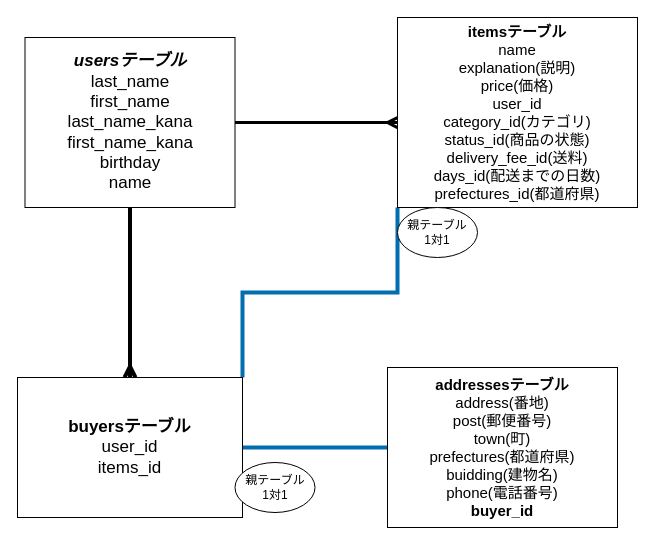
This is db.dio from shintarou37/furima-32099, a draw.io file, before an edit. Source tidied: cells renumbered, new cells numbered last; positions are measured from the earlier drawing's top-left corner, leaving out a move shared by most shapes. Both pictures are drawn from the tidied source at 100%, with x=0, y=0 at pixel (17, 17).
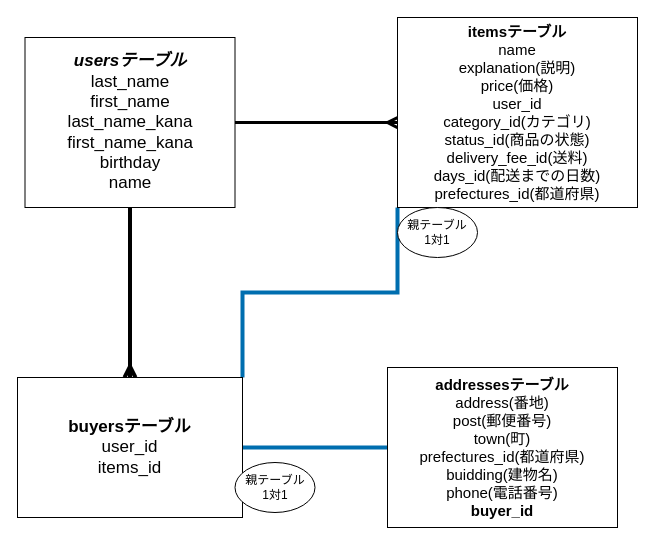
The same diagram, later.

Commit message (it also covers changes not shown here):
DB修正(単数形変更,アソシエーションの追加)

The edit, as a diff of the source:
```diff
@@
 <mxGraphModel>
   <root>
     <mxCell id="0" />
     <mxCell id="1" parent="0" />
     <mxCell id="2" style="edgeStyle=orthogonalEdgeStyle;rounded=0;jettySize=auto;html=1;exitX=0.5;exitY=1;exitDx=0;exitDy=0;endArrow=ERmany;endFill=0;strokeWidth=4;" parent="1" edge="1" source="4" target="8">
       <mxGeometry relative="1" as="geometry" />
     </mxCell>
     <mxCell id="3" style="edgeStyle=orthogonalEdgeStyle;rounded=0;jettySize=auto;html=1;exitX=1;exitY=0.5;exitDx=0;exitDy=0;entryX=0;entryY=0.553;entryDx=0;entryDy=0;entryPerimeter=0;strokeWidth=3;endArrow=ERmany;endFill=0;" parent="1" edge="1" source="4" target="6">
       <mxGeometry relative="1" as="geometry" />
     </mxCell>
     <mxCell id="4" value="&lt;font style=&quot;font-size: 17px&quot;&gt;&lt;b&gt;&lt;i&gt;usersテーブル&lt;/i&gt;&lt;/b&gt;&lt;br&gt;last_name&lt;br&gt;first_name&lt;br&gt;last_name_kana&lt;br&gt;first_name_kana&lt;br&gt;birthday&lt;br&gt;name&lt;br&gt;&lt;/font&gt;" style="whiteSpace=wrap;html=1;" parent="1" vertex="1">
       <mxGeometry x="7.5" y="20" width="210" height="170" as="geometry" />
     </mxCell>
     <mxCell id="5" style="edgeStyle=orthogonalEdgeStyle;rounded=0;jettySize=auto;html=1;exitX=0;exitY=1;exitDx=0;exitDy=0;entryX=1;entryY=0;entryDx=0;entryDy=0;endArrow=none;endFill=0;strokeWidth=4;fillColor=#1ba1e2;strokeColor=#006EAF;" parent="1" edge="1" source="6" target="8">
       <mxGeometry relative="1" as="geometry" />
     </mxCell>
     <mxCell id="6" value="&lt;font style=&quot;font-size: 15px&quot;&gt;&lt;b&gt;itemsテーブル&lt;/b&gt;&lt;br&gt;name&lt;br&gt;explanation(説明)&lt;br&gt;price(価格)&lt;br&gt;user_id&lt;br&gt;category_id(カテゴリ)&lt;br&gt;status_id(商品の状態)&lt;br&gt;delivery_fee_id(送料)&lt;br&gt;days_id(配送までの日数)&lt;br&gt;prefectures_id(都道府県)&lt;/font&gt;" style="whiteSpace=wrap;html=1;" parent="1" vertex="1">
       <mxGeometry x="380" width="240" height="190" as="geometry" />
     </mxCell>
     <mxCell id="7" style="edgeStyle=orthogonalEdgeStyle;rounded=0;jettySize=auto;html=1;exitX=1;exitY=0.5;exitDx=0;exitDy=0;endArrow=none;endFill=0;strokeWidth=4;fillColor=#1ba1e2;strokeColor=#006EAF;" parent="1" edge="1" source="8" target="9">
       <mxGeometry relative="1" as="geometry" />
     </mxCell>
     <mxCell id="8" value="&lt;font style=&quot;font-size: 17px&quot;&gt;&lt;b&gt;buyersテーブル&lt;/b&gt;&lt;br&gt;user_id&lt;br&gt;items_id&lt;/font&gt;" style="whiteSpace=wrap;html=1;rotation=0;" parent="1" vertex="1">
       <mxGeometry y="360" width="225" height="140" as="geometry" />
     </mxCell>
-    <mxCell id="9" value="&lt;font style=&quot;font-size: 15px&quot;&gt;&lt;b&gt;addressesテーブル&lt;/b&gt;&lt;br&gt;address(番地)&lt;br&gt;post(郵便番号)&lt;br&gt;town(町)&lt;br&gt;prefectures(都道府県)&lt;br&gt;buidding(建物名)&lt;br&gt;phone(電話番号)&lt;br&gt;&lt;b&gt;buyer_id&lt;/b&gt;&lt;/font&gt;" style="whiteSpace=wrap;html=1;" parent="1" vertex="1">
+    <mxCell id="9" value="&lt;font style=&quot;font-size: 15px&quot;&gt;&lt;b&gt;addressesテーブル&lt;/b&gt;&lt;br&gt;address(番地)&lt;br&gt;post(郵便番号)&lt;br&gt;town(町)&lt;br&gt;prefectures_id(都道府県)&lt;br&gt;buidding(建物名)&lt;br&gt;phone(電話番号)&lt;br&gt;&lt;b&gt;buyer_id&lt;/b&gt;&lt;/font&gt;" style="whiteSpace=wrap;html=1;" parent="1" vertex="1">
       <mxGeometry x="370" y="350" width="230" height="160" as="geometry" />
     </mxCell>
     <mxCell id="10" value="親テーブル&lt;br&gt;1対1" style="ellipse;whiteSpace=wrap;html=1;" parent="1" vertex="1">
       <mxGeometry x="217.5" y="445" width="80" height="50" as="geometry" />
     </mxCell>
     <mxCell id="11" value="親テーブル&lt;br&gt;1対1" style="ellipse;whiteSpace=wrap;html=1;" parent="1" vertex="1">
       <mxGeometry x="380" y="190" width="80" height="50" as="geometry" />
     </mxCell>
   </root>
 </mxGraphModel>
```
